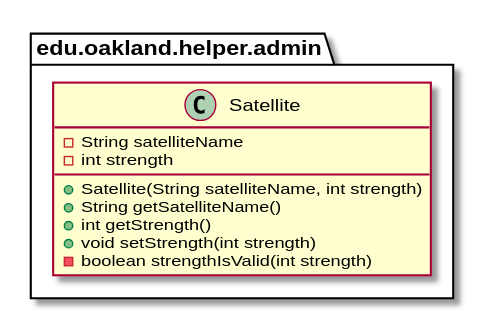
andrewdimmer/csi-3370-software-project keeps this PlantUML diagram as docs/uml-class-diagrams/admin/helper/Satellite/Satellite_DirectDependencies.svg. Above is the earlier version.
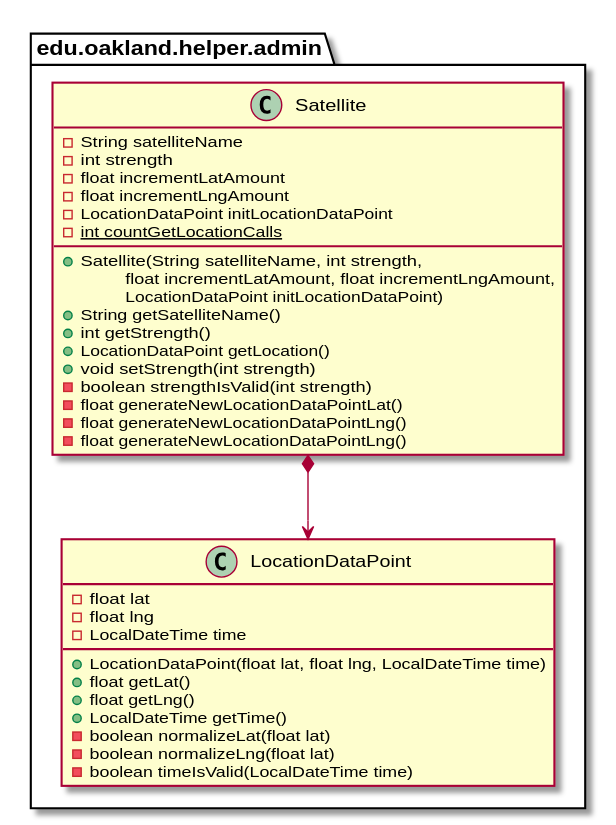
Above is the later version.

What changed in the source:
```diff
@@ -5,14 +5,43 @@
     class Satellite {
         - String satelliteName
         - int strength
-        + Satellite(String satelliteName, int strength)
+        - float incrementLatAmount
+        - float incrementLngAmount
+        - LocationDataPoint initLocationDataPoint
+        {static} - int countGetLocationCalls
+        __
+        + Satellite(String satelliteName, int strength,
+        \tfloat incrementLatAmount, float incrementLngAmount,
+        \tLocationDataPoint initLocationDataPoint)
         + String getSatelliteName()
         + int getStrength()
+        + LocationDataPoint getLocation()
         + void setStrength(int strength)
         - boolean strengthIsValid(int strength)
+        - float generateNewLocationDataPointLat()
+        - float generateNewLocationDataPointLng()
+        - float generateNewLocationDataPointLng()
     }
 }
 
+
+
+package edu.oakland.helper.admin {
+    class LocationDataPoint {
+        - float lat
+        - float lng
+        - LocalDateTime time
+        + LocationDataPoint(float lat, float lng, LocalDateTime time)
+        + float getLat()
+        + float getLng()
+        + LocalDateTime getTime()
+        - boolean normalizeLat(float lat)
+        - boolean normalizeLng(float lat)
+        - boolean timeIsValid(LocalDateTime time)
+    }
+}
+
+Satellite *--> LocationDataPoint
 
 
 
```
